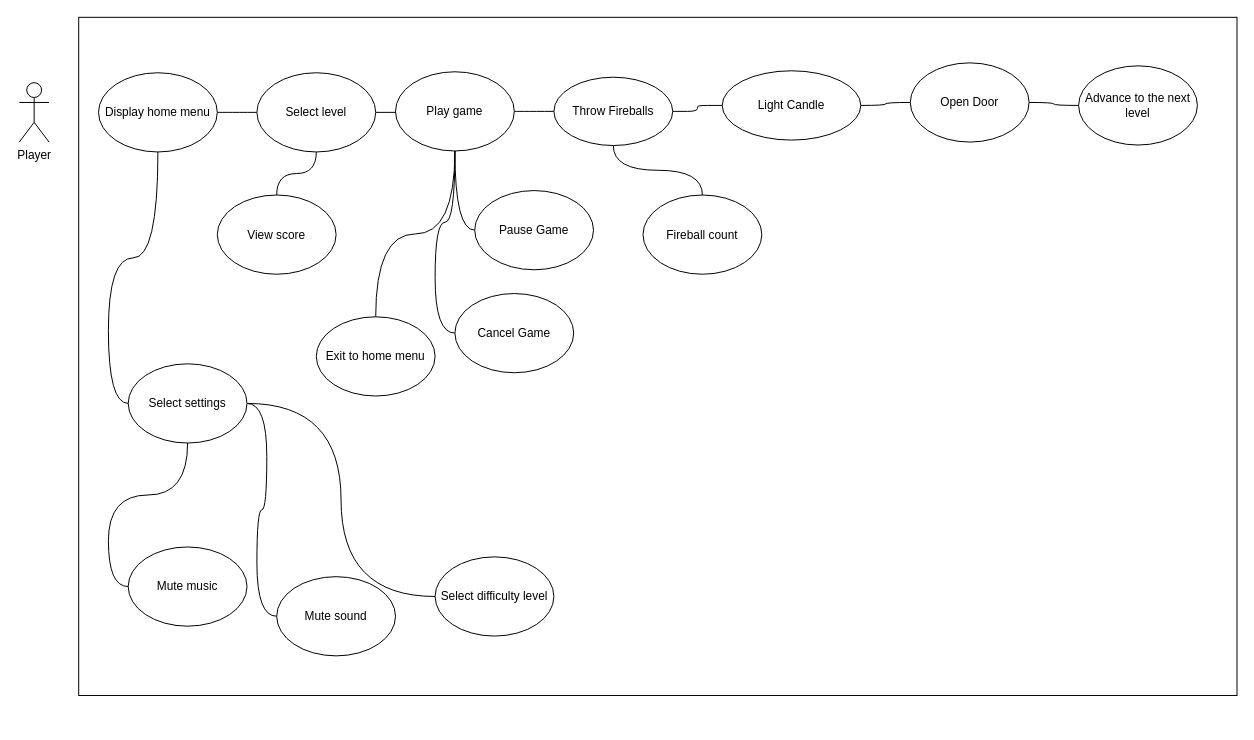
Earlier version of the draw.io diagram page "Use Case" (1 of 3) of Fileball Game Diagrams.drawio (sunrise858/CISC210Draw). Source tidied: cells renumbered, new cells numbered last; positions are measured from the earlier drawing's top-left corner, leaving out a move shared by most shapes. Both pictures are drawn from the tidied source at 99%, with x=0, y=0 at pixel (19, 17).
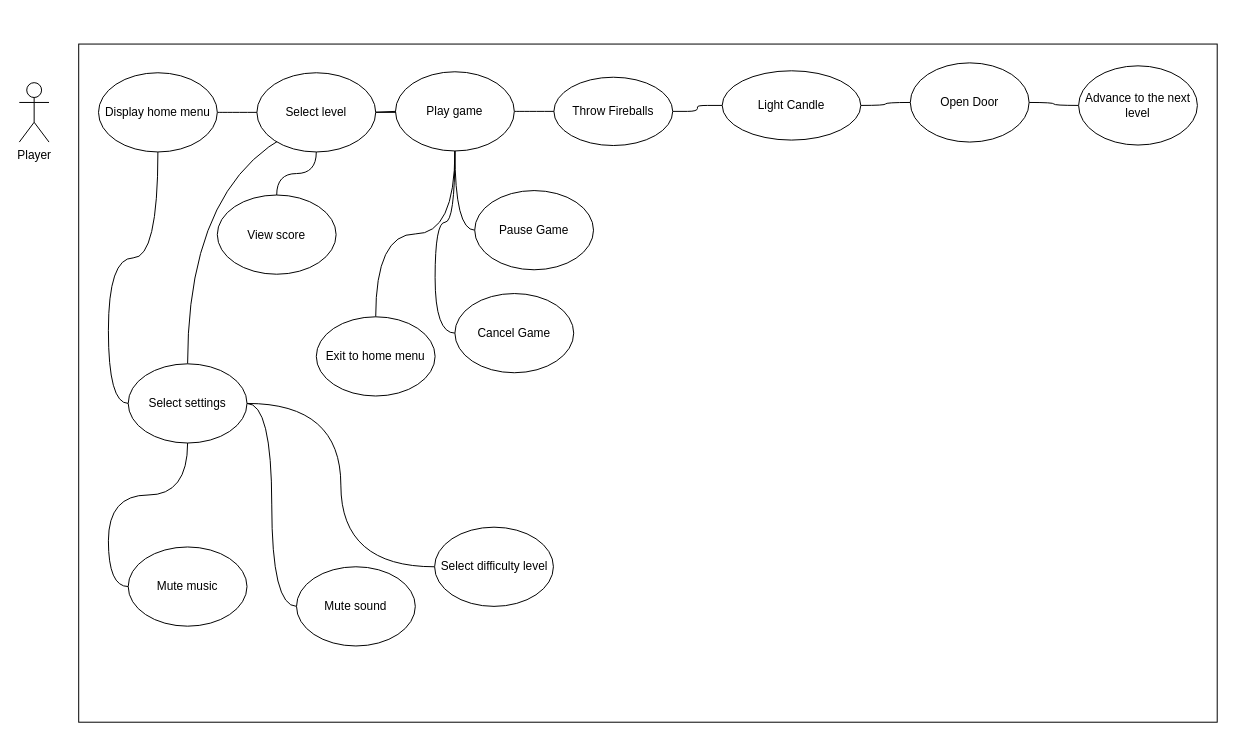
After the change.

Commit message (it also covers changes not shown here):
Update Fireball Game Diagrams.drawio

Unchanged cells that the change refers to:
```xml
<mxCell id="7" value="Throw Fireballs" style="ellipse;whiteSpace=wrap;html=1;" parent="1" vertex="1">
  <mxGeometry x="540" y="60.5" width="120" height="69" as="geometry" />
</mxCell>
<mxCell id="17" value="Play game" style="ellipse;whiteSpace=wrap;html=1;" parent="1" vertex="1">
  <mxGeometry x="380" y="55" width="120" height="80" as="geometry" />
</mxCell>
<mxCell id="32" value="Select settings" style="ellipse;whiteSpace=wrap;html=1;" parent="1" vertex="1">
  <mxGeometry x="110" y="350" width="120" height="80" as="geometry" />
</mxCell>
```

Diff of the diagram source:
```diff
@@
     <mxCell id="3" style="rounded=0;whiteSpace=wrap;html=1;" parent="1" vertex="1">
-      <mxGeometry x="60" width="1170" height="685" as="geometry" />
+      <mxGeometry x="60" y="27" width="1150" height="685" as="geometry" />
     </mxCell>
@@
-    <mxCell id="6" style="edgeStyle=orthogonalEdgeStyle;curved=1;jettySize=auto;html=1;exitX=0.5;exitY=1;exitDx=0;exitDy=0;endArrow=none;endFill=0;" parent="1" edge="1" source="7" target="28">
-      <mxGeometry relative="1" as="geometry" />
-    </mxCell>
@@
+    <mxCell id="36" style="edgeStyle=orthogonalEdgeStyle;curved=1;jettySize=auto;html=1;endArrow=none;endFill=0;" parent="1" edge="1" source="17" target="32">
+      <mxGeometry relative="1" as="geometry" />
+    </mxCell>
@@
-    <mxCell id="28" value="Fireball count" style="ellipse;whiteSpace=wrap;html=1;" parent="1" vertex="1">
-      <mxGeometry x="630" y="179.5" width="120" height="80" as="geometry" />
-    </mxCell>
@@
     <mxCell id="34" value="Mute sound" style="ellipse;whiteSpace=wrap;html=1;" parent="1" vertex="1">
-      <mxGeometry x="260" y="565" width="120" height="80" as="geometry" />
+      <mxGeometry x="280" y="555" width="120" height="80" as="geometry" />
     </mxCell>
     <mxCell id="35" value="Select difficulty level" style="ellipse;whiteSpace=wrap;html=1;" parent="1" vertex="1">
-      <mxGeometry x="420" y="545" width="120" height="80" as="geometry" />
+      <mxGeometry x="419.5" y="515" width="120" height="80" as="geometry" />
     </mxCell>
```
